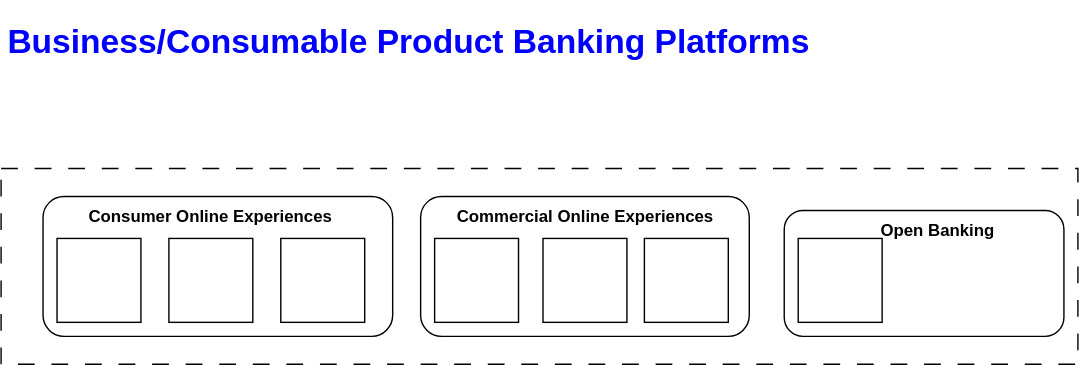
Before: Work Samples/WF/WF_BPPA.drawio.svg, a diagram exported from draw.io (uchiharizvi/design-diagrams). Source tidied: cells renumbered, new cells last; positions are measured from the earlier drawing's top-left corner, leaving out a move shared by most shapes.
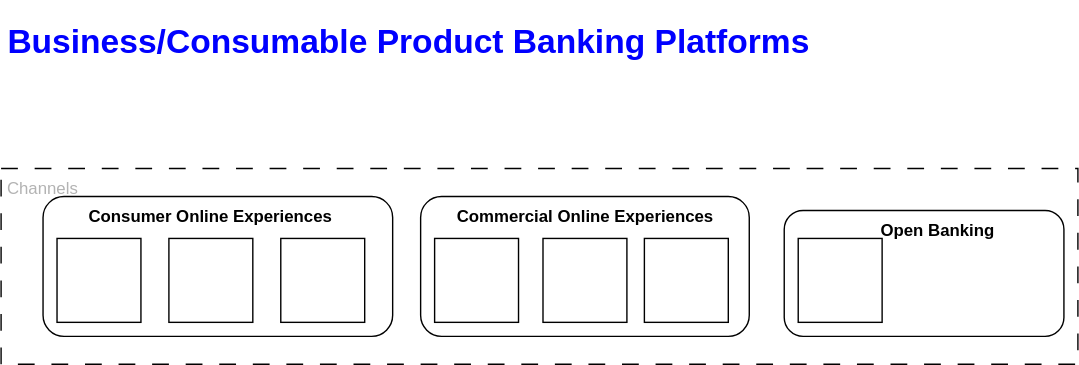
Above is the later version.

The edit, as a diff of the source:
```diff
@@ -47,5 +47,8 @@
     <mxCell id="16" style="whiteSpace=wrap;html=1;" parent="1" vertex="1">
       <mxGeometry x="570" y="160" width="60" height="60" as="geometry" />
     </mxCell>
+    <mxCell id="17" value="&lt;font color=&quot;#b3b3b3&quot;&gt;Channels&lt;/font&gt;" style="text;html=1;align=center;verticalAlign=middle;whiteSpace=wrap;rounded=0;" parent="1" vertex="1">
+      <mxGeometry y="110" width="60" height="30" as="geometry" />
+    </mxCell>
   </root>
 </mxGraphModel>
```
